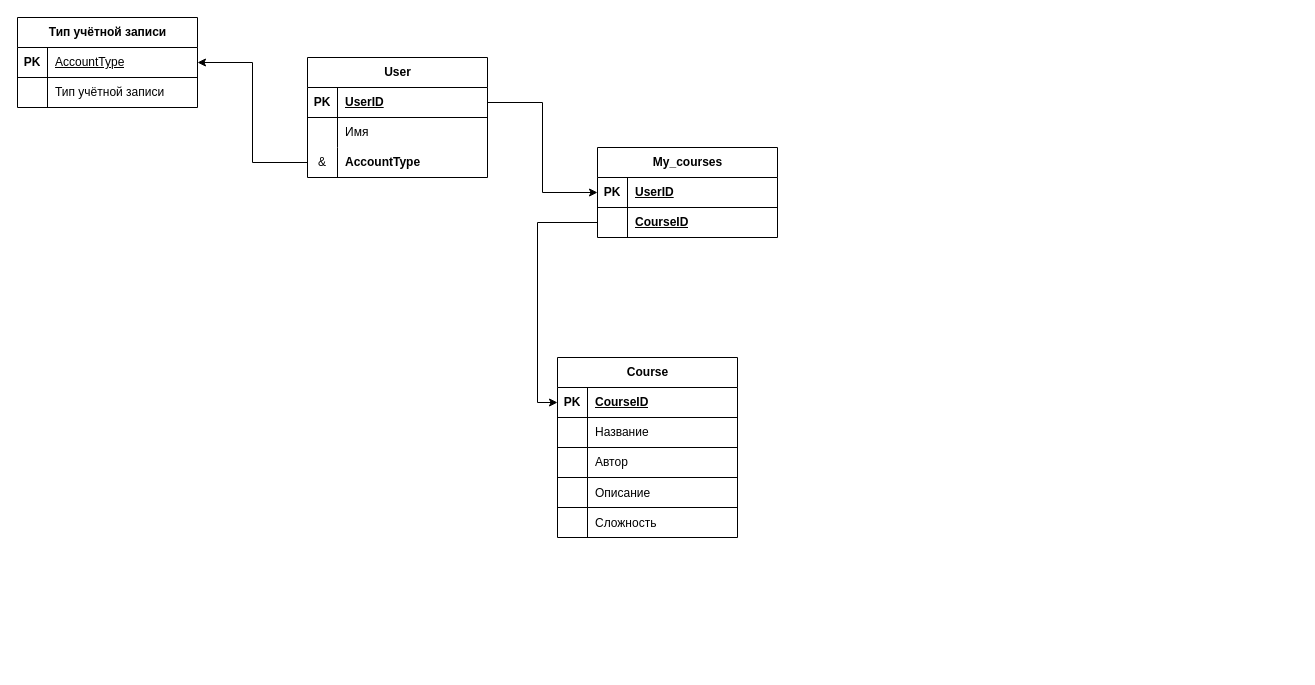
Earlier version of the draw.io diagram Yandex_lyceum/Python/PyQt_Projects/Gnosi/DB/ER - диаграмма.drawio (grigoriy-st/YandexLyceum). Source tidied: cells renumbered, new cells numbered last; positions are measured from the earlier drawing's top-left corner, leaving out a move shared by most shapes. Both pictures are drawn from the tidied source at 100%, with x=0, y=0 at pixel (17, 17).
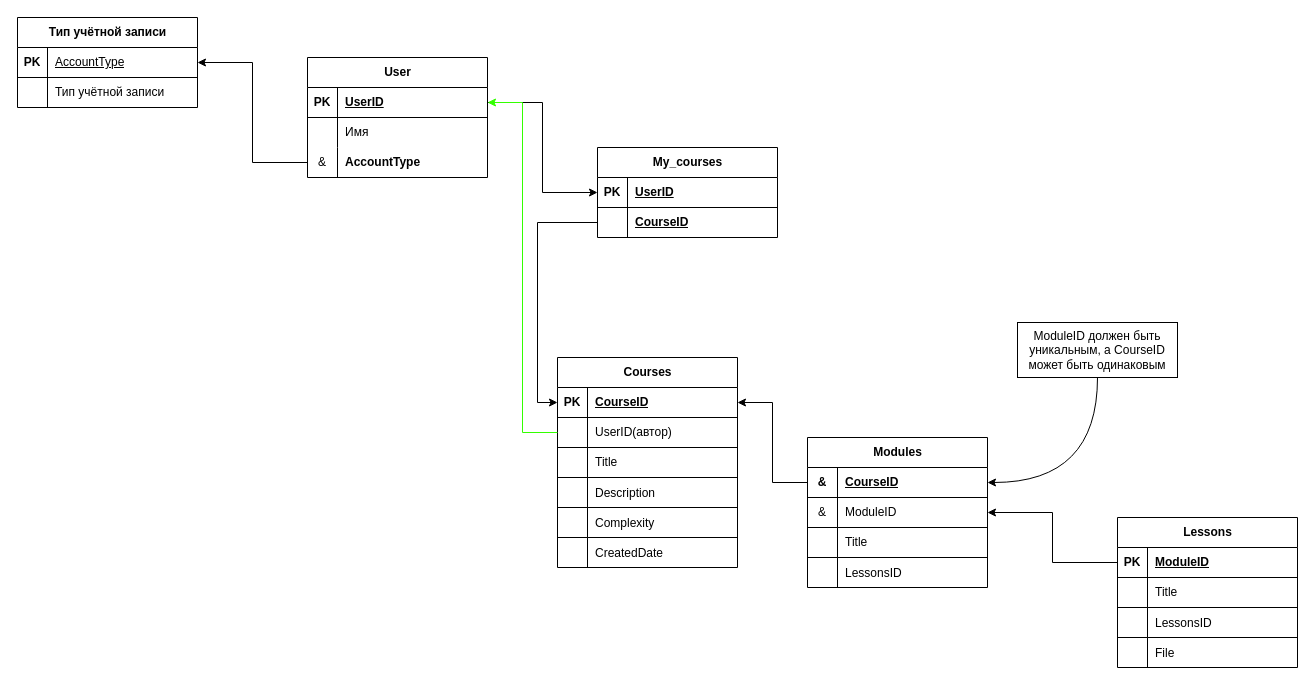
The same page after the edit.

Unchanged cells that the change refers to:
```xml
<mxCell id="3" style="shape=tableRow;horizontal=0;startSize=0;swimlaneHead=0;swimlaneBody=0;fillColor=none;points=[[0,0.5],[1,0.5]];portConstraint=eastwest;top=0;left=0;right=0;bottom=1;" parent="2" vertex="1">
  <mxGeometry y="30" width="180" height="30" as="geometry" />
</mxCell>
<mxCell id="29" style="shape=tableRow;horizontal=0;startSize=0;swimlaneHead=0;swimlaneBody=0;fillColor=none;points=[[0,0.5],[1,0.5]];portConstraint=eastwest;top=0;left=0;right=0;bottom=1;" parent="28" vertex="1">
  <mxGeometry y="30" width="180" height="30" as="geometry" />
</mxCell>
<mxCell id="32" style="shape=tableRow;horizontal=0;startSize=0;swimlaneHead=0;swimlaneBody=0;fillColor=none;points=[[0,0.5],[1,0.5]];portConstraint=eastwest;top=0;left=0;right=0;bottom=0;" parent="28" vertex="1">
  <mxGeometry y="60" width="180" height="30" as="geometry" />
</mxCell>
<mxCell id="35" style="shape=tableRow;horizontal=0;startSize=0;swimlaneHead=0;swimlaneBody=0;fillColor=none;top=0;left=0;right=0;bottom=0;" parent="28" vertex="1">
  <mxGeometry y="90" width="180" height="30" as="geometry" />
</mxCell>
<mxCell id="38" style="shape=tableRow;horizontal=0;startSize=0;swimlaneHead=0;swimlaneBody=0;fillColor=none;top=0;left=0;right=0;bottom=0;" parent="28" vertex="1">
  <mxGeometry y="120" width="180" height="30" as="geometry" />
</mxCell>
<mxCell id="41" style="shape=tableRow;horizontal=0;startSize=0;swimlaneHead=0;swimlaneBody=0;fillColor=none;top=0;left=0;right=0;bottom=0;" parent="28" vertex="1">
  <mxGeometry y="150" width="180" height="30" as="geometry" />
</mxCell>
```

What changed in the source:
```diff
@@
-    <mxCell id="28" value="Course" style="shape=table;startSize=30;childLayout=tableLayout;rowLines=6;fontStyle=1;align=center;html=1;" parent="1" vertex="1">
-      <mxGeometry x="540" y="340" width="180" height="180" as="geometry" />
+    <mxCell id="28" value="Courses" style="shape=table;startSize=30;childLayout=tableLayout;rowLines=6;fontStyle=1;align=center;html=1;" parent="1" vertex="1">
+      <mxGeometry x="540" y="340" width="180" height="210" as="geometry" />
     </mxCell>
@@
-    <mxCell id="34" value="Название" style="shape=partialRectangle;fillColor=none;top=0;left=0;bottom=0;right=0;align=left;spacingLeft=6;overflow=hidden;whiteSpace=wrap;html=1;" parent="32" vertex="1">
+    <mxCell id="34" value="UserID(автор)" style="shape=partialRectangle;fillColor=none;top=0;left=0;bottom=0;right=0;align=left;spacingLeft=6;overflow=hidden;whiteSpace=wrap;html=1;" parent="32" vertex="1">
       <mxGeometry x="30" width="150" height="30" as="geometry" />
     </mxCell>
@@
-    <mxCell id="37" value="Автор" style="shape=partialRectangle;fillColor=none;top=0;left=0;bottom=0;right=0;align=left;spacingLeft=6;overflow=hidden;whiteSpace=wrap;html=1;" parent="35" vertex="1">
+    <mxCell id="37" value="Title" style="shape=partialRectangle;fillColor=none;top=0;left=0;bottom=0;right=0;align=left;spacingLeft=6;overflow=hidden;whiteSpace=wrap;html=1;" parent="35" vertex="1">
       <mxGeometry x="30" width="150" height="30" as="geometry" />
     </mxCell>
@@
-    <mxCell id="40" value="Описание" style="shape=partialRectangle;fillColor=none;top=0;left=0;bottom=0;right=0;align=left;spacingLeft=6;overflow=hidden;" parent="38" vertex="1">
+    <mxCell id="40" value="Description" style="shape=partialRectangle;fillColor=none;top=0;left=0;bottom=0;right=0;align=left;spacingLeft=6;overflow=hidden;" parent="38" vertex="1">
       <mxGeometry x="30" width="150" height="30" as="geometry" />
     </mxCell>
@@
-    <mxCell id="43" value="Сложность" style="shape=partialRectangle;fillColor=none;top=0;left=0;bottom=0;right=0;align=left;spacingLeft=6;overflow=hidden;" parent="41" vertex="1">
+    <mxCell id="43" value="Complexity" style="shape=partialRectangle;fillColor=none;top=0;left=0;bottom=0;right=0;align=left;spacingLeft=6;overflow=hidden;" parent="41" vertex="1">
       <mxGeometry x="30" width="150" height="30" as="geometry" />
     </mxCell>
+    <mxCell id="45" style="shape=tableRow;horizontal=0;startSize=0;swimlaneHead=0;swimlaneBody=0;fillColor=none;top=0;left=0;right=0;bottom=0;" parent="28" vertex="1">
+      <mxGeometry y="180" width="180" height="30" as="geometry" />
+    </mxCell>
+    <mxCell id="46" style="shape=partialRectangle;fillColor=none;top=0;left=0;bottom=0;right=0;overflow=hidden;" parent="45" vertex="1">
+      <mxGeometry width="30" height="30" as="geometry" />
+    </mxCell>
+    <mxCell id="47" value="CreatedDate" style="shape=partialRectangle;fillColor=none;top=0;left=0;bottom=0;right=0;align=left;spacingLeft=6;overflow=hidden;" parent="45" vertex="1">
+      <mxGeometry x="30" width="150" height="30" as="geometry" />
+    </mxCell>
@@
+    <mxCell id="48" style="edgeStyle=orthogonalEdgeStyle;rounded=0;jettySize=auto;html=1;exitX=0;exitY=0.5;exitDx=0;exitDy=0;entryX=1;entryY=0.5;entryDx=0;entryDy=0;strokeColor=#33FF00;" parent="1" edge="1" source="32" target="3">
+      <mxGeometry relative="1" as="geometry" />
+    </mxCell>
+    <mxCell id="49" value="Modules" style="shape=table;startSize=30;childLayout=tableLayout;rowLines=6;fontStyle=1;align=center;html=1;" parent="1" vertex="1">
+      <mxGeometry x="790" y="420" width="180" height="150" as="geometry" />
+    </mxCell>
+    <mxCell id="50" style="shape=tableRow;horizontal=0;startSize=0;swimlaneHead=0;swimlaneBody=0;fillColor=none;points=[[0,0.5],[1,0.5]];portConstraint=eastwest;top=0;left=0;right=0;bottom=1;" parent="49" vertex="1">
+      <mxGeometry y="30" width="180" height="30" as="geometry" />
+    </mxCell>
+    <mxCell id="51" value="&amp;amp;" style="shape=partialRectangle;fillColor=none;top=0;left=0;bottom=0;right=0;fontStyle=1;overflow=hidden;whiteSpace=wrap;html=1;" parent="50" vertex="1">
+      <mxGeometry width="30" height="30" as="geometry" />
+    </mxCell>
+    <mxCell id="52" value="CourseID" style="shape=partialRectangle;fillColor=none;top=0;left=0;bottom=0;right=0;align=left;spacingLeft=6;fontStyle=5;overflow=hidden;whiteSpace=wrap;html=1;" parent="50" vertex="1">
+      <mxGeometry x="30" width="150" height="30" as="geometry" />
+    </mxCell>
+    <mxCell id="53" style="shape=tableRow;horizontal=0;startSize=0;swimlaneHead=0;swimlaneBody=0;fillColor=none;points=[[0,0.5],[1,0.5]];portConstraint=eastwest;top=0;left=0;right=0;bottom=0;" parent="49" vertex="1">
+      <mxGeometry y="60" width="180" height="30" as="geometry" />
+    </mxCell>
+    <mxCell id="54" value="&amp;amp;" style="shape=partialRectangle;fillColor=none;top=0;left=0;bottom=0;right=0;overflow=hidden;whiteSpace=wrap;html=1;" parent="53" vertex="1">
+      <mxGeometry width="30" height="30" as="geometry" />
+    </mxCell>
+    <mxCell id="55" value="ModuleID" style="shape=partialRectangle;fillColor=none;top=0;left=0;bottom=0;right=0;align=left;spacingLeft=6;overflow=hidden;whiteSpace=wrap;html=1;" parent="53" vertex="1">
+      <mxGeometry x="30" width="150" height="30" as="geometry" />
+    </mxCell>
+    <mxCell id="56" style="shape=tableRow;horizontal=0;startSize=0;swimlaneHead=0;swimlaneBody=0;fillColor=none;top=0;left=0;right=0;bottom=0;" parent="49" vertex="1">
+      <mxGeometry y="90" width="180" height="30" as="geometry" />
+    </mxCell>
+    <mxCell id="57" style="shape=partialRectangle;fillColor=none;top=0;left=0;bottom=0;right=0;overflow=hidden;whiteSpace=wrap;html=1;" parent="56" vertex="1">
+      <mxGeometry width="30" height="30" as="geometry" />
+    </mxCell>
+    <mxCell id="58" value="Title" style="shape=partialRectangle;fillColor=none;top=0;left=0;bottom=0;right=0;align=left;spacingLeft=6;overflow=hidden;whiteSpace=wrap;html=1;" parent="56" vertex="1">
+      <mxGeometry x="30" width="150" height="30" as="geometry" />
+    </mxCell>
+    <mxCell id="59" style="shape=tableRow;horizontal=0;startSize=0;swimlaneHead=0;swimlaneBody=0;fillColor=none;top=0;left=0;right=0;bottom=0;" parent="49" vertex="1">
+      <mxGeometry y="120" width="180" height="30" as="geometry" />
+    </mxCell>
+    <mxCell id="60" style="shape=partialRectangle;fillColor=none;top=0;left=0;bottom=0;right=0;overflow=hidden;" parent="59" vertex="1">
+      <mxGeometry width="30" height="30" as="geometry" />
+    </mxCell>
+    <mxCell id="61" value="LessonsID" style="shape=partialRectangle;fillColor=none;top=0;left=0;bottom=0;right=0;align=left;spacingLeft=6;overflow=hidden;" parent="59" vertex="1">
+      <mxGeometry x="30" width="150" height="30" as="geometry" />
+    </mxCell>
+    <mxCell id="62" value="Lessons" style="shape=table;startSize=30;childLayout=tableLayout;rowLines=6;fontStyle=1;align=center;html=1;" parent="1" vertex="1">
+      <mxGeometry x="1100" y="500" width="180" height="150" as="geometry" />
+    </mxCell>
+    <mxCell id="63" style="shape=tableRow;horizontal=0;startSize=0;swimlaneHead=0;swimlaneBody=0;fillColor=none;points=[[0,0.5],[1,0.5]];portConstraint=eastwest;top=0;left=0;right=0;bottom=1;" parent="62" vertex="1">
+      <mxGeometry y="30" width="180" height="30" as="geometry" />
+    </mxCell>
+    <mxCell id="64" value="PK" style="shape=partialRectangle;fillColor=none;top=0;left=0;bottom=0;right=0;fontStyle=1;overflow=hidden;whiteSpace=wrap;html=1;" parent="63" vertex="1">
+      <mxGeometry width="30" height="30" as="geometry" />
+    </mxCell>
+    <mxCell id="65" value="ModuleID" style="shape=partialRectangle;fillColor=none;top=0;left=0;bottom=0;right=0;align=left;spacingLeft=6;fontStyle=5;overflow=hidden;whiteSpace=wrap;html=1;" parent="63" vertex="1">
+      <mxGeometry x="30" width="150" height="30" as="geometry" />
+    </mxCell>
+    <mxCell id="66" style="shape=tableRow;horizontal=0;startSize=0;swimlaneHead=0;swimlaneBody=0;fillColor=none;top=0;left=0;right=0;bottom=0;" parent="62" vertex="1">
+      <mxGeometry y="60" width="180" height="30" as="geometry" />
+    </mxCell>
+    <mxCell id="67" style="shape=partialRectangle;fillColor=none;top=0;left=0;bottom=0;right=0;overflow=hidden;whiteSpace=wrap;html=1;" parent="66" vertex="1">
+      <mxGeometry width="30" height="30" as="geometry" />
+    </mxCell>
+    <mxCell id="68" value="Title" style="shape=partialRectangle;fillColor=none;top=0;left=0;bottom=0;right=0;align=left;spacingLeft=6;overflow=hidden;whiteSpace=wrap;html=1;" parent="66" vertex="1">
+      <mxGeometry x="30" width="150" height="30" as="geometry" />
+    </mxCell>
+    <mxCell id="69" style="shape=tableRow;horizontal=0;startSize=0;swimlaneHead=0;swimlaneBody=0;fillColor=none;top=0;left=0;right=0;bottom=0;" parent="62" vertex="1">
+      <mxGeometry y="90" width="180" height="30" as="geometry" />
+    </mxCell>
+    <mxCell id="70" style="shape=partialRectangle;fillColor=none;top=0;left=0;bottom=0;right=0;overflow=hidden;" parent="69" vertex="1">
+      <mxGeometry width="30" height="30" as="geometry" />
+    </mxCell>
+    <mxCell id="71" value="LessonsID" style="shape=partialRectangle;fillColor=none;top=0;left=0;bottom=0;right=0;align=left;spacingLeft=6;overflow=hidden;" parent="69" vertex="1">
+      <mxGeometry x="30" width="150" height="30" as="geometry" />
+    </mxCell>
+    <mxCell id="72" style="shape=tableRow;horizontal=0;startSize=0;swimlaneHead=0;swimlaneBody=0;fillColor=none;top=0;left=0;right=0;bottom=0;" parent="62" vertex="1">
+      <mxGeometry y="120" width="180" height="30" as="geometry" />
+    </mxCell>
+    <mxCell id="73" style="shape=partialRectangle;fillColor=none;top=0;left=0;bottom=0;right=0;overflow=hidden;" parent="72" vertex="1">
+      <mxGeometry width="30" height="30" as="geometry" />
+    </mxCell>
+    <mxCell id="74" value="File" style="shape=partialRectangle;fillColor=none;top=0;left=0;bottom=0;right=0;align=left;spacingLeft=6;overflow=hidden;" parent="72" vertex="1">
+      <mxGeometry x="30" width="150" height="30" as="geometry" />
+    </mxCell>
+    <mxCell id="75" style="edgeStyle=orthogonalEdgeStyle;rounded=0;jettySize=auto;html=1;exitX=0;exitY=0.5;exitDx=0;exitDy=0;entryX=1;entryY=0.5;entryDx=0;entryDy=0;" parent="1" edge="1" source="63" target="53">
+      <mxGeometry relative="1" as="geometry" />
+    </mxCell>
+    <mxCell id="76" style="edgeStyle=orthogonalEdgeStyle;rounded=0;jettySize=auto;html=1;exitX=0;exitY=0.5;exitDx=0;exitDy=0;entryX=1;entryY=0.5;entryDx=0;entryDy=0;" parent="1" edge="1" source="50" target="29">
+      <mxGeometry relative="1" as="geometry" />
+    </mxCell>
+    <mxCell id="77" style="edgeStyle=orthogonalEdgeStyle;rounded=0;jettySize=auto;html=1;exitX=0.5;exitY=1;exitDx=0;exitDy=0;curved=1;entryX=1;entryY=0.5;entryDx=0;entryDy=0;" parent="1" edge="1" source="78" target="50">
+      <mxGeometry relative="1" as="geometry" />
+    </mxCell>
+    <mxCell id="78" value="ModuleID должен быть уникальным, а CourseID может быть одинаковым" style="text;html=1;align=center;verticalAlign=middle;whiteSpace=wrap;rounded=0;strokeColor=default;" parent="1" vertex="1">
+      <mxGeometry x="1000" y="305" width="160" height="55" as="geometry" />
+    </mxCell>
```
